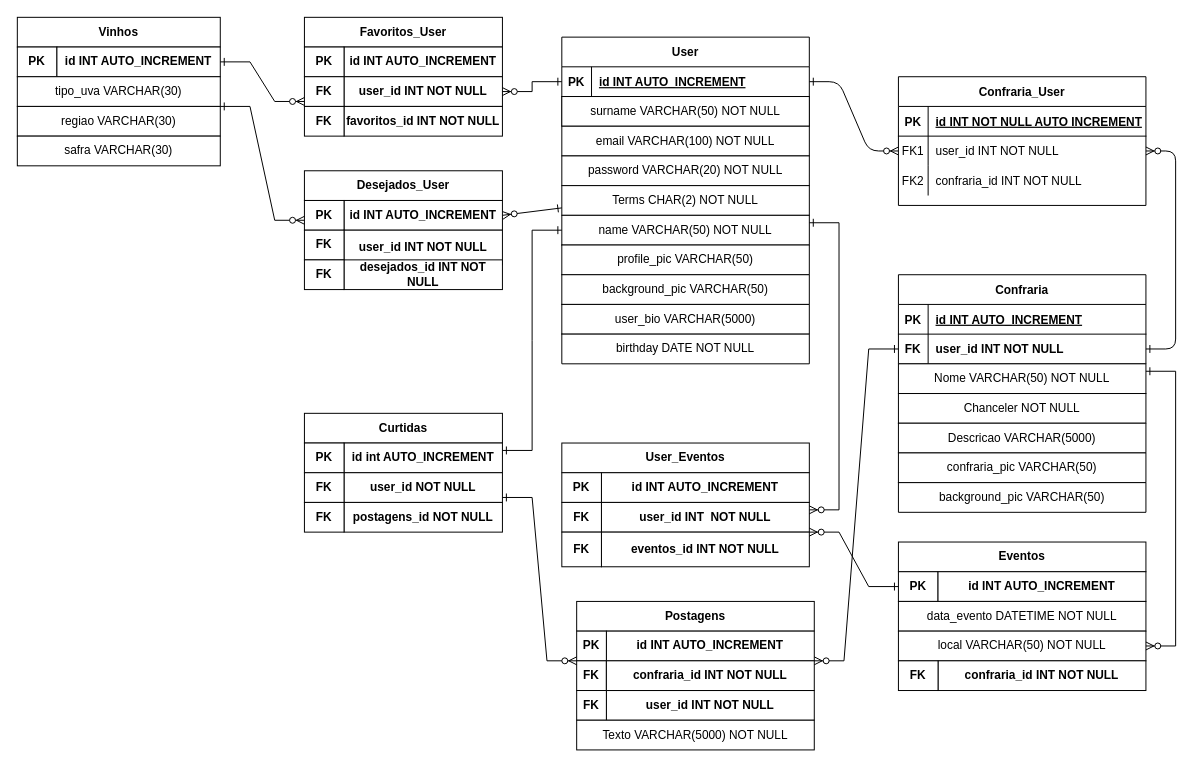
The draw.io diagram ModeloBancoDeDados.drawio in jairocket/projetoIntegrador-Wined, before the edit. Source tidied: cells renumbered, new cells numbered last; positions are measured from the earlier drawing's top-left corner, leaving out a move shared by most shapes. Both pictures are drawn from the tidied source at 99%, with x=0, y=0 at pixel (17, 17).
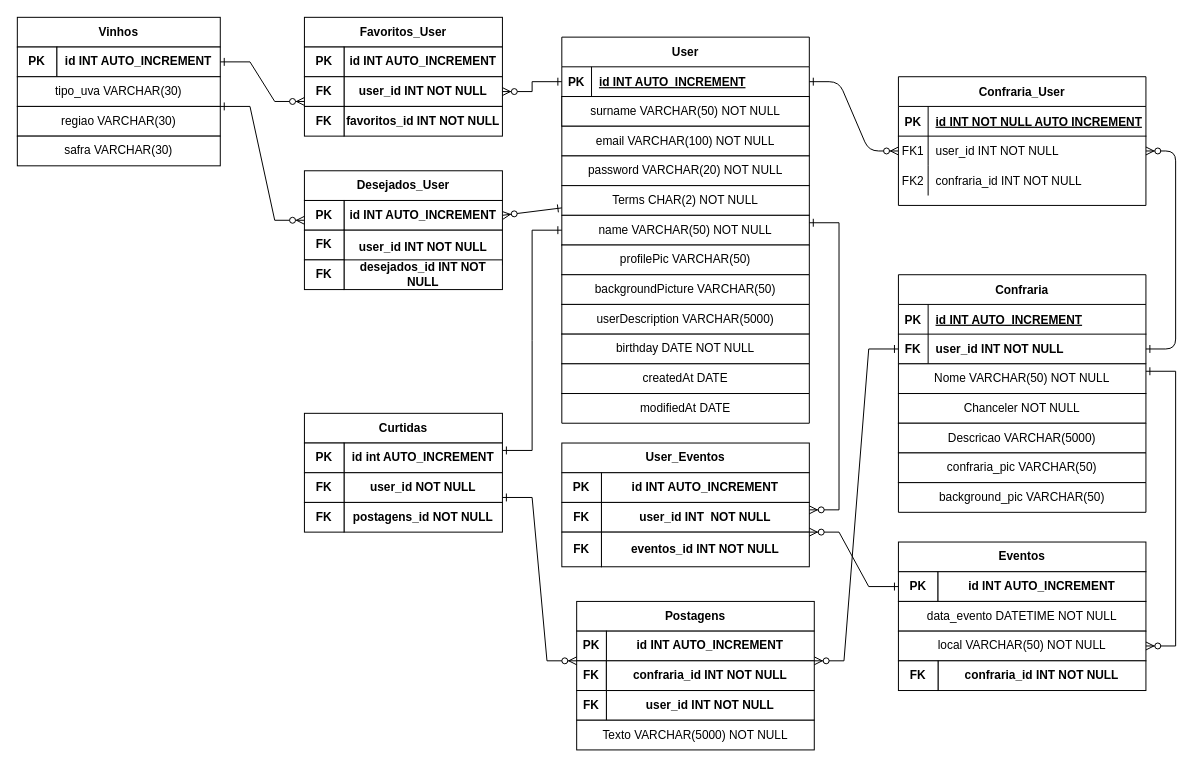
The same diagram, later.

Unchanged cells that the change refers to:
```xml
<mxCell id="96" style="shape=partialRectangle;html=1;whiteSpace=wrap;fillColor=none;top=0;left=0;bottom=0;right=0;" parent="95" vertex="1">
  <mxGeometry width="250" height="30" as="geometry" />
</mxCell>
<mxCell id="100" style="shape=partialRectangle;html=1;whiteSpace=wrap;fillColor=none;top=0;left=0;bottom=0;right=0;" parent="99" vertex="1">
  <mxGeometry width="250" height="30" as="geometry" />
</mxCell>
<mxCell id="103" style="shape=partialRectangle;html=1;whiteSpace=wrap;fillColor=none;top=0;left=0;bottom=0;right=0;" parent="102" vertex="1">
  <mxGeometry width="250" height="30" as="geometry" />
</mxCell>
```

The edit, as a diff of the source:
```diff
@@
-    <mxCell id="97" value="profile_pic VARCHAR(50)" style="shape=partialRectangle;html=1;whiteSpace=wrap;overflow=hidden;fillColor=none;top=0;left=0;bottom=0;right=0;" parent="96" vertex="1">
+    <mxCell id="97" value="profilePic VARCHAR(50)" style="shape=partialRectangle;html=1;whiteSpace=wrap;overflow=hidden;fillColor=none;top=0;left=0;bottom=0;right=0;" parent="96" vertex="1">
       <mxGeometry width="250" height="30" as="geometry" />
     </mxCell>
@@
-    <mxCell id="101" value="background_pic VARCHAR(50)" style="shape=partialRectangle;html=1;whiteSpace=wrap;overflow=hidden;fillColor=none;top=0;left=0;bottom=0;right=0;" parent="100" vertex="1">
+    <mxCell id="101" value="backgroundPicture VARCHAR(50)" style="shape=partialRectangle;html=1;whiteSpace=wrap;overflow=hidden;fillColor=none;top=0;left=0;bottom=0;right=0;" parent="100" vertex="1">
       <mxGeometry width="250" height="30" as="geometry" />
     </mxCell>
@@
-    <mxCell id="104" value="user_bio VARCHAR(5000)" style="shape=partialRectangle;html=1;whiteSpace=wrap;overflow=hidden;fillColor=none;top=0;left=0;bottom=0;right=0;" parent="103" vertex="1">
+    <mxCell id="104" value="userDescription VARCHAR(5000)" style="shape=partialRectangle;html=1;whiteSpace=wrap;overflow=hidden;fillColor=none;top=0;left=0;bottom=0;right=0;" parent="103" vertex="1">
       <mxGeometry width="250" height="30" as="geometry" />
     </mxCell>
@@
+    <mxCell id="117" style="shape=table;html=1;whiteSpace=wrap;startSize=0;childLayout=tableLayout;" parent="1" vertex="1">
+      <mxGeometry x="550" y="350" width="250" height="30" as="geometry" />
+    </mxCell>
+    <mxCell id="118" style="shape=partialRectangle;html=1;whiteSpace=wrap;fillColor=none;top=0;left=0;bottom=0;right=0;" parent="117" vertex="1">
+      <mxGeometry width="250" height="30" as="geometry" />
+    </mxCell>
+    <mxCell id="119" value="createdAt DATE" style="shape=partialRectangle;html=1;whiteSpace=wrap;overflow=hidden;fillColor=none;top=0;left=0;bottom=0;right=0;" parent="118" vertex="1">
+      <mxGeometry width="250" height="30" as="geometry" />
+    </mxCell>
+    <mxCell id="120" style="shape=table;html=1;whiteSpace=wrap;startSize=0;childLayout=tableLayout;" parent="1" vertex="1">
+      <mxGeometry x="550" y="380" width="250" height="30" as="geometry" />
+    </mxCell>
+    <mxCell id="121" style="shape=partialRectangle;html=1;whiteSpace=wrap;fillColor=none;top=0;left=0;bottom=0;right=0;" parent="120" vertex="1">
+      <mxGeometry width="250" height="30" as="geometry" />
+    </mxCell>
+    <mxCell id="122" value="modifiedAt DATE" style="shape=partialRectangle;html=1;whiteSpace=wrap;overflow=hidden;fillColor=none;top=0;left=0;bottom=0;right=0;" parent="121" vertex="1">
+      <mxGeometry width="250" height="30" as="geometry" />
+    </mxCell>
```
